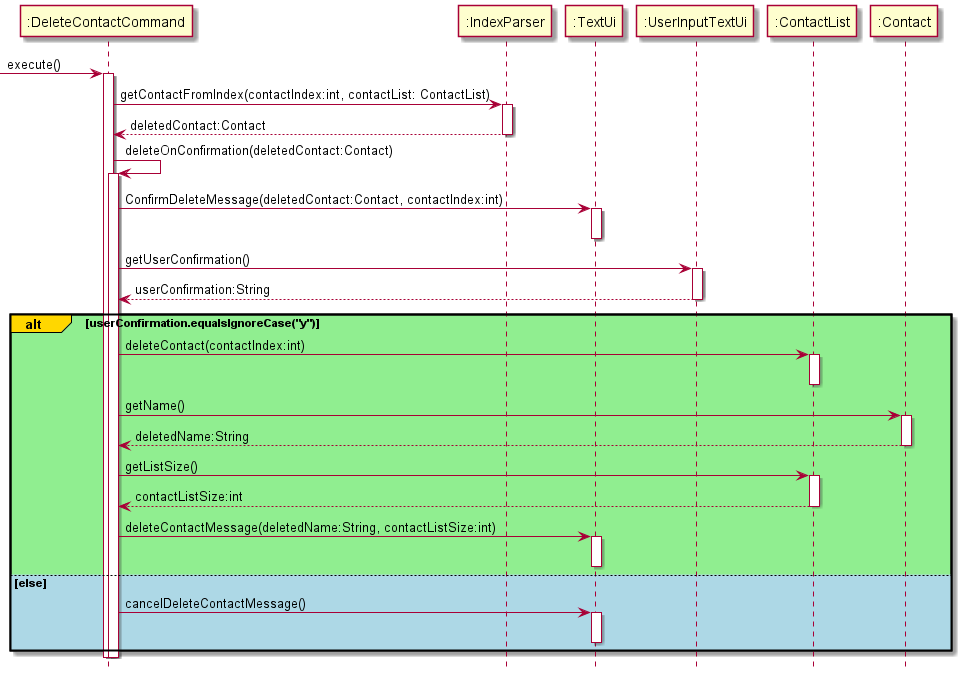
nus-cs2113-AY2122S1/tp keeps this PlantUML diagram as docs/images/DeleteContactCommandSequenceDiagram.png. Above is the earlier version.
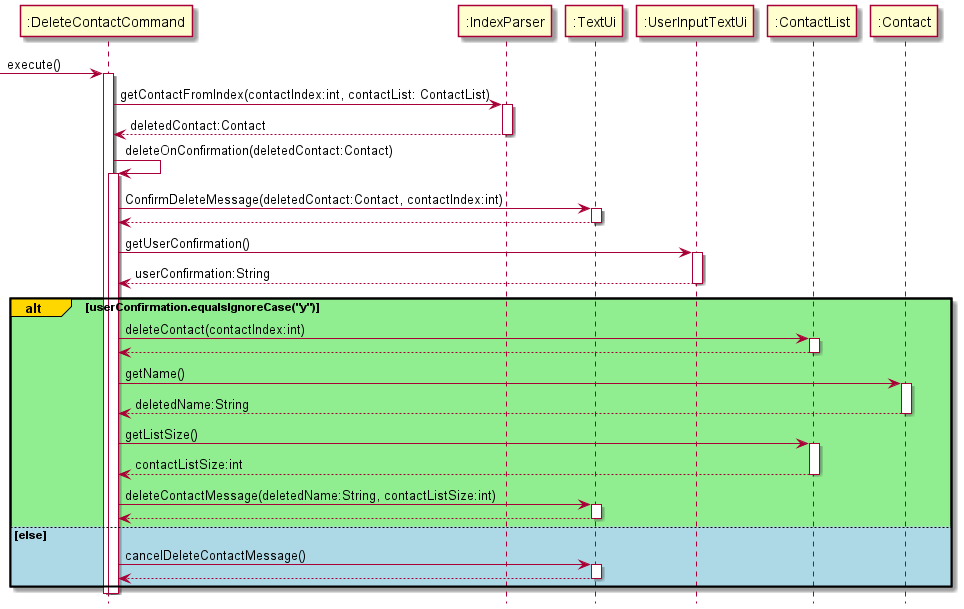
Above is the later version.

Commit message:
Minor edits to Developer Guide for DeleteCommand Sequence Diagram

What changed in the source:
```diff
@@ -12,6 +12,7 @@
 activate ":DeleteContactCommand"
 ":DeleteContactCommand" -> ":TextUi":ConfirmDeleteMessage(deletedContact:Contact, contactIndex:int)
 activate ":TextUi"
+":TextUi" --> ":DeleteContactCommand"
 deactivate ":TextUi"
 
 ":DeleteContactCommand" -> ":UserInputTextUi":getUserConfirmation()
@@ -22,6 +23,7 @@
 alt#gold #lightgreen userConfirmation.equalsIgnoreCase("y")
     ":DeleteContactCommand" -> ":ContactList": deleteContact(contactIndex:int)
     activate ":ContactList"
+    ":ContactList" --> ":DeleteContactCommand"
     deactivate ":ContactList"
     ":DeleteContactCommand" -> ":Contact" :getName()
     activate ":Contact"
@@ -35,12 +37,16 @@
 
     ":DeleteContactCommand" -> ":TextUi":deleteContactMessage(deletedName:String, contactListSize:int)
     activate ":TextUi"
+    ":TextUi" --> ":DeleteContactCommand"
     deactivate ":TextUi"
+
 
 else #lightblue else
     ":DeleteContactCommand" -> ":TextUi":cancelDeleteContactMessage()
     activate ":TextUi"
+    ":TextUi" --> ":DeleteContactCommand"
     deactivate ":TextUi"
+
 end
 deactivate ":DeleteContactCommand"
 deactivate ":DeleteContactCommand"
```
